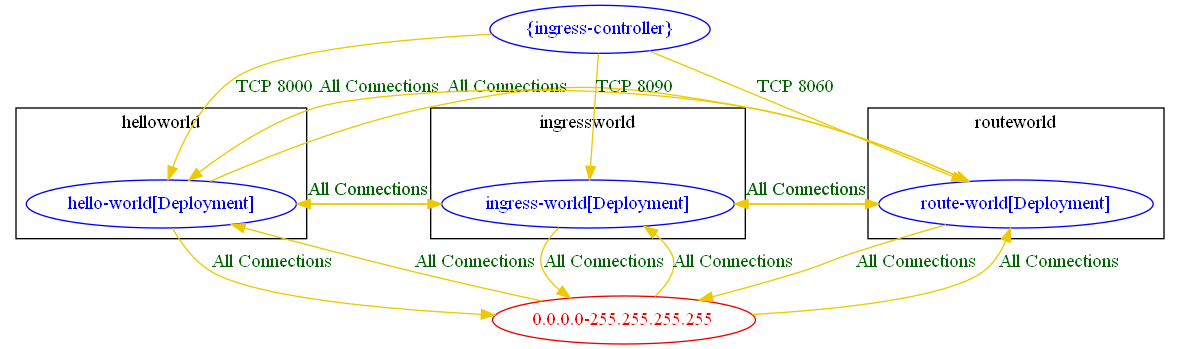
Before: test_outputs/connlist/demo_app_with_routes_and_ingress_connlist_output.dot.png, a diagram exported from Graphviz (np-guard/netpol-analyzer). Its source is kept beside it as test_outputs/connlist/demo_app_with_routes_and_ingress_connlist_output.dot.
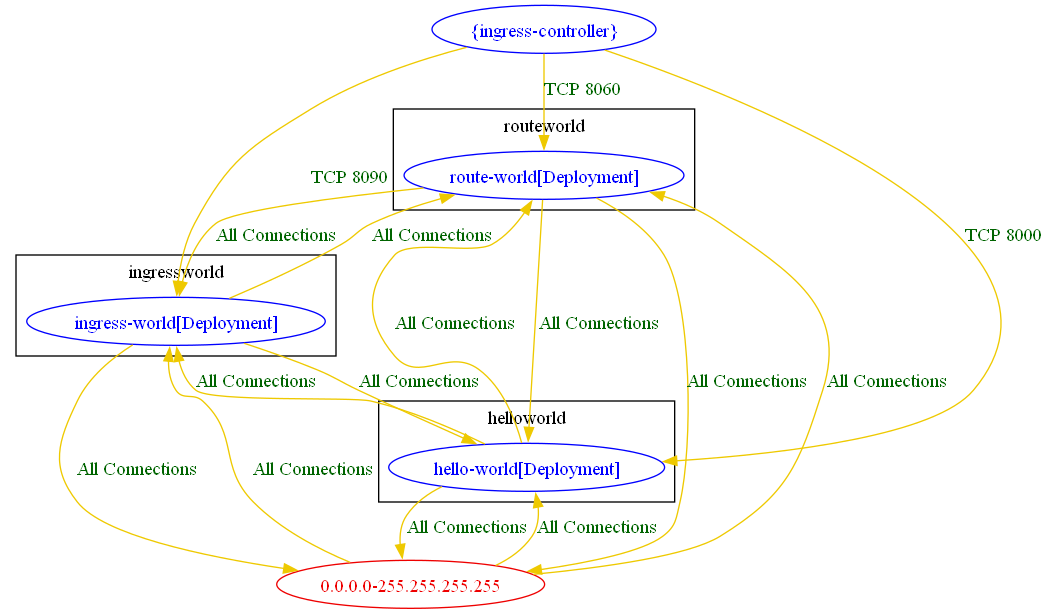
The same diagram one commit later.

Change to the diagram source:
```diff
@@ -13,19 +13,19 @@
 	}
 	"0.0.0.0-255.255.255.255" [label="0.0.0.0-255.255.255.255" color="red2" fontcolor="red2"]
 	"{ingress-controller}" [label="{ingress-controller}" color="blue" fontcolor="blue"]
-	"0.0.0.0-255.255.255.255" -> "helloworld/hello-world[Deployment]" [label="All Connections" color="gold2" fontcolor="darkgreen"]
-	"0.0.0.0-255.255.255.255" -> "ingressworld/ingress-world[Deployment]" [label="All Connections" color="gold2" fontcolor="darkgreen"]
-	"0.0.0.0-255.255.255.255" -> "routeworld/route-world[Deployment]" [label="All Connections" color="gold2" fontcolor="darkgreen"]
-	"helloworld/hello-world[Deployment]" -> "0.0.0.0-255.255.255.255" [label="All Connections" color="gold2" fontcolor="darkgreen"]
-	"helloworld/hello-world[Deployment]" -> "ingressworld/ingress-world[Deployment]" [label="All Connections" color="gold2" fontcolor="darkgreen"]
-	"helloworld/hello-world[Deployment]" -> "routeworld/route-world[Deployment]" [label="All Connections" color="gold2" fontcolor="darkgreen"]
-	"ingressworld/ingress-world[Deployment]" -> "0.0.0.0-255.255.255.255" [label="All Connections" color="gold2" fontcolor="darkgreen"]
-	"ingressworld/ingress-world[Deployment]" -> "helloworld/hello-world[Deployment]" [label="All Connections" color="gold2" fontcolor="darkgreen"]
-	"ingressworld/ingress-world[Deployment]" -> "routeworld/route-world[Deployment]" [label="All Connections" color="gold2" fontcolor="darkgreen"]
-	"routeworld/route-world[Deployment]" -> "0.0.0.0-255.255.255.255" [label="All Connections" color="gold2" fontcolor="darkgreen"]
-	"routeworld/route-world[Deployment]" -> "helloworld/hello-world[Deployment]" [label="All Connections" color="gold2" fontcolor="darkgreen"]
-	"routeworld/route-world[Deployment]" -> "ingressworld/ingress-world[Deployment]" [label="All Connections" color="gold2" fontcolor="darkgreen"]
-	"{ingress-controller}" -> "helloworld/hello-world[Deployment]" [label="TCP 8000" color="gold2" fontcolor="darkgreen"]
-	"{ingress-controller}" -> "ingressworld/ingress-world[Deployment]" [label="TCP 8090" color="gold2" fontcolor="darkgreen"]
-	"{ingress-controller}" -> "routeworld/route-world[Deployment]" [label="TCP 8060" color="gold2" fontcolor="darkgreen"]
+	"0.0.0.0-255.255.255.255" -> "helloworld/hello-world[Deployment]" [label="All Connections" color="gold2" fontcolor="darkgreen" weight=0.5]
+	"0.0.0.0-255.255.255.255" -> "ingressworld/ingress-world[Deployment]" [label="All Connections" color="gold2" fontcolor="darkgreen" weight=0.5]
+	"0.0.0.0-255.255.255.255" -> "routeworld/route-world[Deployment]" [label="All Connections" color="gold2" fontcolor="darkgreen" weight=0.5]
+	"helloworld/hello-world[Deployment]" -> "0.0.0.0-255.255.255.255" [label="All Connections" color="gold2" fontcolor="darkgreen" weight=1]
+	"helloworld/hello-world[Deployment]" -> "ingressworld/ingress-world[Deployment]" [label="All Connections" color="gold2" fontcolor="darkgreen" weight=0.5]
+	"helloworld/hello-world[Deployment]" -> "routeworld/route-world[Deployment]" [label="All Connections" color="gold2" fontcolor="darkgreen" weight=0.5]
+	"ingressworld/ingress-world[Deployment]" -> "0.0.0.0-255.255.255.255" [label="All Connections" color="gold2" fontcolor="darkgreen" weight=1]
+	"ingressworld/ingress-world[Deployment]" -> "helloworld/hello-world[Deployment]" [label="All Connections" color="gold2" fontcolor="darkgreen" weight=1]
+	"ingressworld/ingress-world[Deployment]" -> "routeworld/route-world[Deployment]" [label="All Connections" color="gold2" fontcolor="darkgreen" weight=0.5]
+	"routeworld/route-world[Deployment]" -> "0.0.0.0-255.255.255.255" [label="All Connections" color="gold2" fontcolor="darkgreen" weight=1]
+	"routeworld/route-world[Deployment]" -> "helloworld/hello-world[Deployment]" [label="All Connections" color="gold2" fontcolor="darkgreen" weight=1]
+	"routeworld/route-world[Deployment]" -> "ingressworld/ingress-world[Deployment]" [label="All Connections" color="gold2" fontcolor="darkgreen" weight=1]
+	"{ingress-controller}" -> "helloworld/hello-world[Deployment]" [label="TCP 8000" color="gold2" fontcolor="darkgreen" weight=1]
+	"{ingress-controller}" -> "ingressworld/ingress-world[Deployment]" [label="TCP 8090" color="gold2" fontcolor="darkgreen" weight=1]
+	"{ingress-controller}" -> "routeworld/route-world[Deployment]" [label="TCP 8060" color="gold2" fontcolor="darkgreen" weight=1]
 }
```
